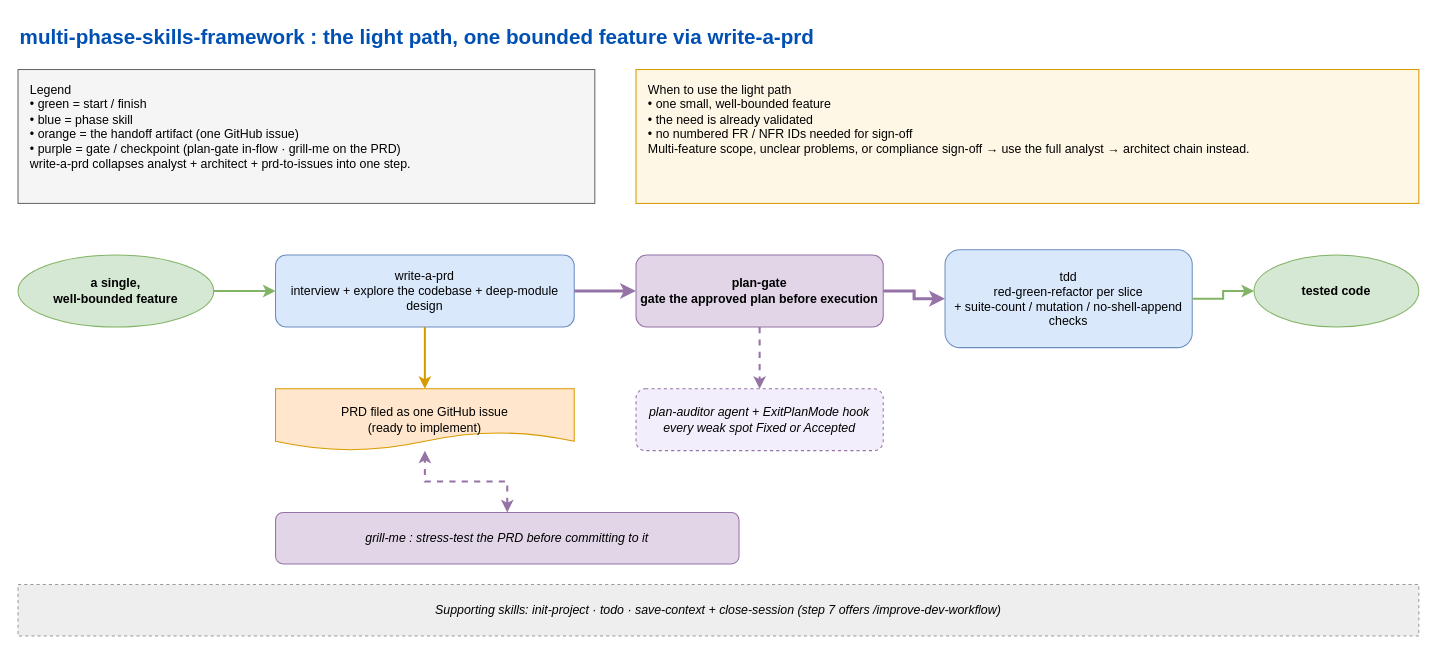
Before: docs/framework-flows-light.drawio in eranw2000/multi-phase-skills-framework, a draw.io diagram. Source tidied: cells renumbered, new cells numbered last; positions are measured from the earlier drawing's top-left corner, leaving out a move shared by most shapes. Both pictures are drawn from the tidied source at 103%, with x=0, y=0 at pixel (18, 18).
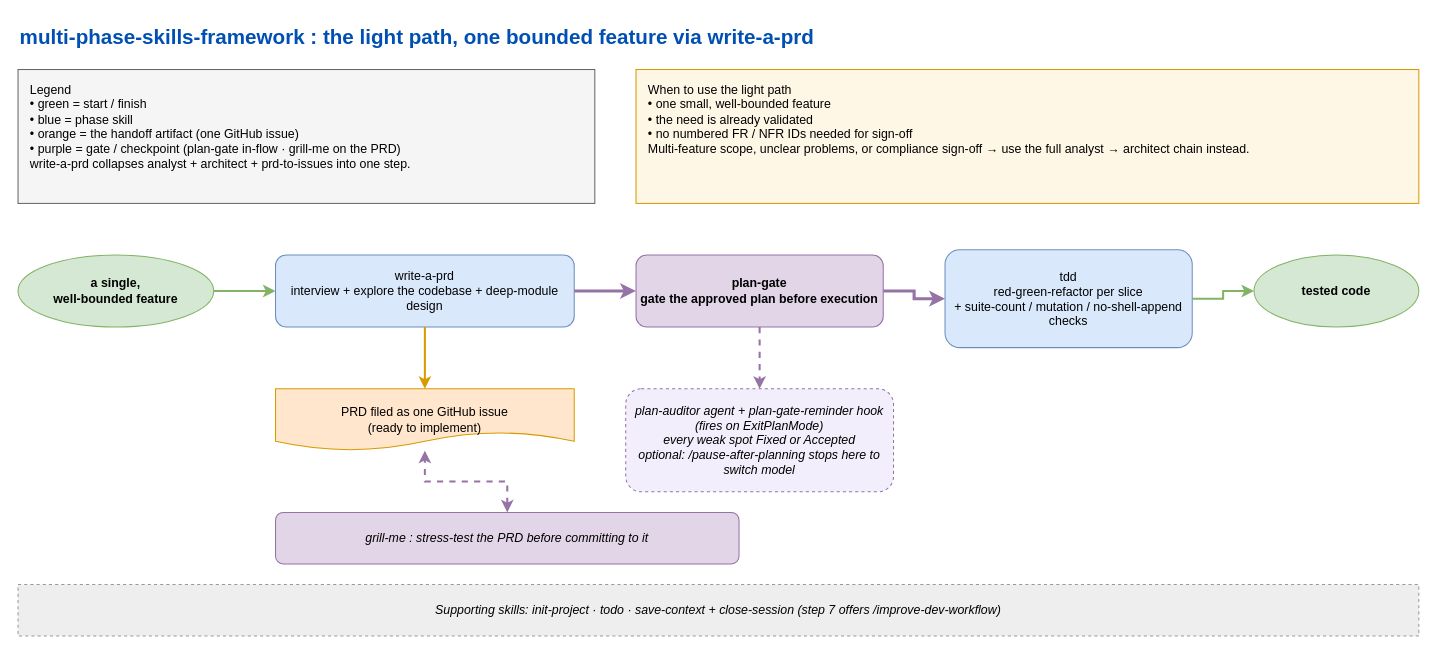
The same diagram, later.

The edit, as a diff of the source:
```diff
@@
-    <mxCell id="9" value="plan-auditor agent + ExitPlanMode hook&#10;every weak spot Fixed or Accepted" style="rounded=1;fillColor=#f3eefb;strokeColor=#9673a6;html=1;whiteSpace=wrap;fontStyle=2;dashed=1;" parent="1" vertex="1">
-      <mxGeometry x="600" y="360" width="240" height="60" as="geometry" />
+    <mxCell id="9" value="plan-auditor agent + plan-gate-reminder hook (fires on ExitPlanMode)&#10;every weak spot Fixed or Accepted&#10;optional: /pause-after-planning stops here to switch model" style="rounded=1;fillColor=#f3eefb;strokeColor=#9673a6;html=1;whiteSpace=wrap;fontStyle=2;dashed=1;" parent="1" vertex="1">
+      <mxGeometry x="590" y="360" width="260" height="100" as="geometry" />
     </mxCell>
```
